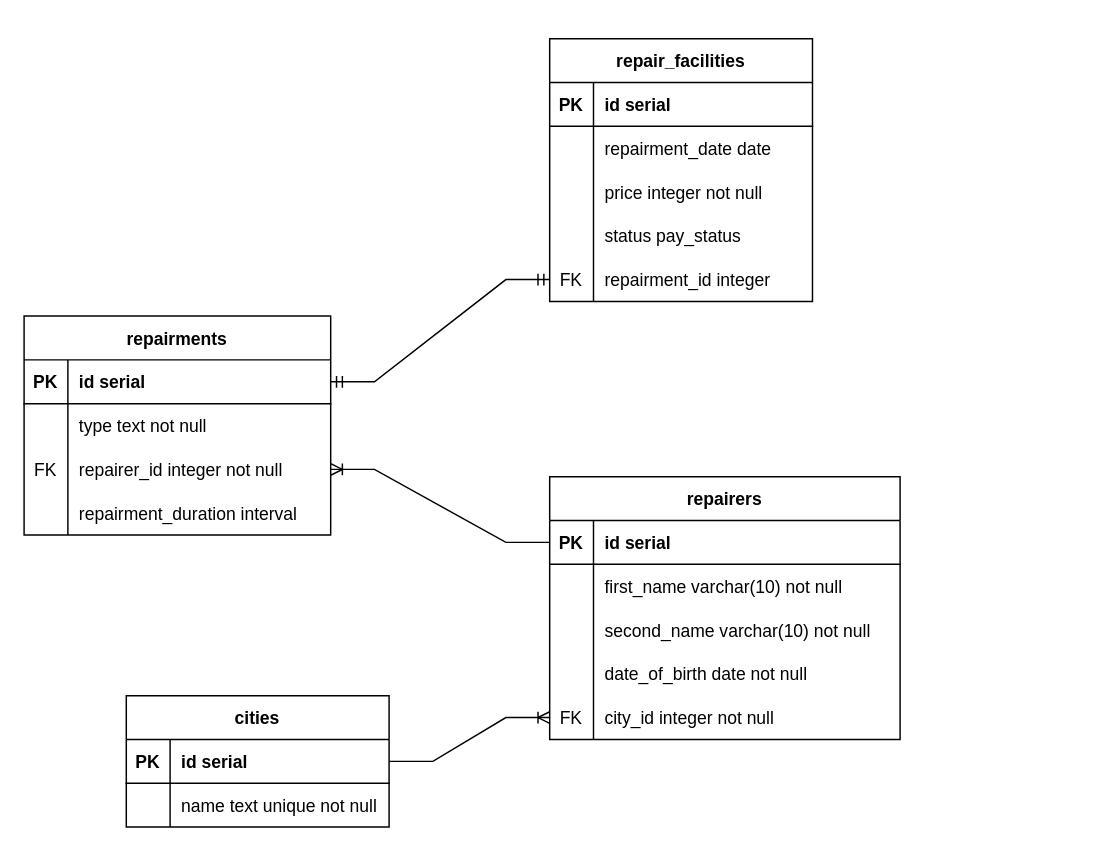
Earlier version of the draw.io diagram Lab1V8/lab1_v8.drawio (nerlihmax/NSTU_Programming). Source tidied: cells renumbered, new cells numbered last; positions are measured from the earlier drawing's top-left corner, leaving out a move shared by most shapes. Both pictures are drawn from the tidied source at 146%, with x=0, y=0 at pixel (23, 38).
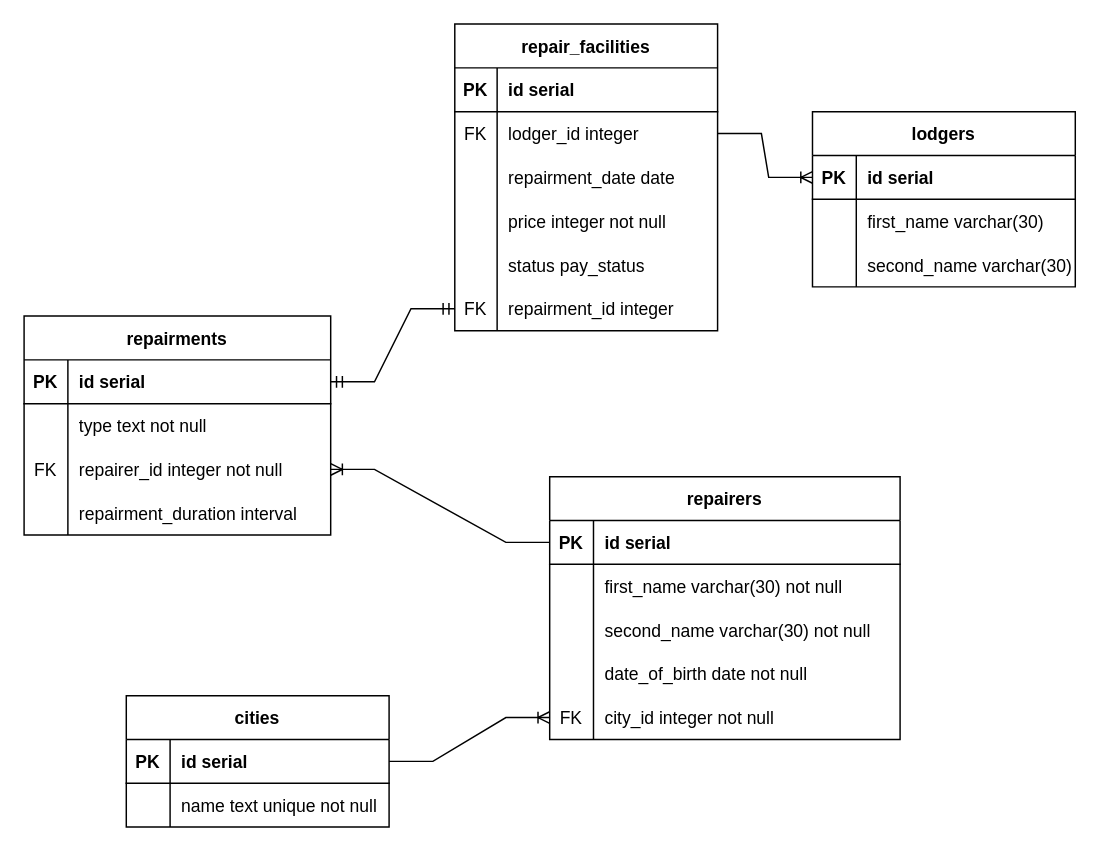
Above is the later version.

The change refers to these unchanged cells:
```xml
<mxCell id="3" style="shape=tableRow;horizontal=0;startSize=0;swimlaneHead=0;swimlaneBody=0;fillColor=none;top=0;left=0;right=0;bottom=1;" parent="2" vertex="1">
  <mxGeometry y="30" width="180" height="30" as="geometry" />
</mxCell>
<mxCell id="36" style="shape=tableRow;horizontal=0;startSize=0;swimlaneHead=0;swimlaneBody=0;fillColor=none;top=0;left=0;right=0;bottom=0;" parent="32" vertex="1">
  <mxGeometry y="60" width="240" height="30" as="geometry" />
</mxCell>
<mxCell id="39" style="shape=tableRow;horizontal=0;startSize=0;swimlaneHead=0;swimlaneBody=0;fillColor=none;top=0;left=0;right=0;bottom=0;" parent="32" vertex="1">
  <mxGeometry y="90" width="240" height="30" as="geometry" />
</mxCell>
```

Diff of the diagram source:
```diff
@@
     <mxCell id="2" value="repair_facilities" style="shape=table;startSize=30;childLayout=tableLayout;rowLines=0;fontStyle=1;align=center;" parent="1" vertex="1">
-      <mxGeometry x="360" width="180" height="180" as="geometry" />
+      <mxGeometry x="295" y="-10" width="180" height="210" as="geometry" />
     </mxCell>
@@
     <mxCell id="4" value="PK" style="shape=partialRectangle;fillColor=none;top=0;left=0;bottom=0;right=0;fontStyle=1;overflow=hidden;" parent="3" vertex="1">
-      <mxGeometry width="30" height="30" as="geometry" />
+      <mxGeometry width="29" height="30" as="geometry" />
     </mxCell>
     <mxCell id="5" value="id serial" style="shape=partialRectangle;fillColor=none;top=0;left=0;bottom=0;right=0;align=left;spacingLeft=6;fontStyle=1;overflow=hidden;" parent="3" vertex="1">
-      <mxGeometry x="30" width="150" height="30" as="geometry" />
+      <mxGeometry x="29" width="151" height="30" as="geometry" />
     </mxCell>
+    <mxCell id="57" style="shape=tableRow;horizontal=0;startSize=0;swimlaneHead=0;swimlaneBody=0;fillColor=none;points=[[0,0.5],[1,0.5]];portConstraint=eastwest;top=0;left=0;right=0;bottom=1;strokeColor=none;" parent="2" vertex="1">
+      <mxGeometry y="60" width="180" height="30" as="geometry" />
+    </mxCell>
+    <mxCell id="58" value="FK" style="shape=partialRectangle;fillColor=none;top=0;left=0;bottom=0;right=0;fontStyle=0;overflow=hidden;" parent="57" vertex="1">
+      <mxGeometry width="29" height="30" as="geometry" />
+    </mxCell>
+    <mxCell id="59" value="lodger_id integer" style="shape=partialRectangle;fillColor=none;top=0;left=0;bottom=0;right=0;align=left;spacingLeft=6;fontStyle=0;overflow=hidden;strokeColor=default;" parent="57" vertex="1">
+      <mxGeometry x="29" width="151" height="30" as="geometry" />
+    </mxCell>
-    <mxCell id="6" style="shape=tableRow;horizontal=0;startSize=0;swimlaneHead=0;swimlaneBody=0;fillColor=none;top=0;left=0;right=0;bottom=0;" parent="2" vertex="1">
-      <mxGeometry y="60" width="180" height="30" as="geometry" />
+    <mxCell id="6" style="shape=tableRow;horizontal=0;startSize=0;swimlaneHead=0;swimlaneBody=0;fillColor=none;top=0;left=0;right=0;bottom=0;strokeColor=default;" parent="2" vertex="1">
+      <mxGeometry y="90" width="180" height="30" as="geometry" />
     </mxCell>
-    <mxCell id="7" style="shape=partialRectangle;fillColor=none;top=0;left=0;bottom=0;right=0;overflow=hidden;" parent="6" vertex="1">
-      <mxGeometry width="30" height="30" as="geometry" />
+    <mxCell id="7" style="shape=partialRectangle;fillColor=none;top=0;left=0;bottom=0;right=0;overflow=hidden;strokeColor=default;" parent="6" vertex="1">
+      <mxGeometry width="29" height="30" as="geometry" />
     </mxCell>
-    <mxCell id="8" value="repairment_date date" style="shape=partialRectangle;fillColor=none;top=0;left=0;bottom=0;right=0;align=left;spacingLeft=6;overflow=hidden;" parent="6" vertex="1">
-      <mxGeometry x="30" width="150" height="30" as="geometry" />
+    <mxCell id="8" value="repairment_date date" style="shape=partialRectangle;fillColor=none;top=0;left=0;bottom=0;right=0;align=left;spacingLeft=6;overflow=hidden;strokeColor=default;" parent="6" vertex="1">
+      <mxGeometry x="29" width="151" height="30" as="geometry" />
     </mxCell>
-    <mxCell id="9" style="shape=tableRow;horizontal=0;startSize=0;swimlaneHead=0;swimlaneBody=0;fillColor=none;top=0;left=0;right=0;bottom=0;" parent="2" vertex="1">
-      <mxGeometry y="90" width="180" height="30" as="geometry" />
+    <mxCell id="9" style="shape=tableRow;horizontal=0;startSize=0;swimlaneHead=0;swimlaneBody=0;fillColor=none;top=0;left=0;right=0;bottom=0;strokeColor=default;perimeterSpacing=1;" parent="2" vertex="1">
+      <mxGeometry y="120" width="180" height="30" as="geometry" />
     </mxCell>
     <mxCell id="10" style="shape=partialRectangle;fillColor=none;top=0;left=0;bottom=0;right=0;overflow=hidden;" parent="9" vertex="1">
-      <mxGeometry width="30" height="30" as="geometry" />
+      <mxGeometry width="29" height="30" as="geometry" />
     </mxCell>
     <mxCell id="11" value="price integer not null" style="shape=partialRectangle;fillColor=none;top=0;left=0;bottom=0;right=0;align=left;spacingLeft=6;overflow=hidden;" parent="9" vertex="1">
-      <mxGeometry x="30" width="150" height="30" as="geometry" />
+      <mxGeometry x="29" width="151" height="30" as="geometry" />
     </mxCell>
     <mxCell id="12" style="shape=tableRow;horizontal=0;startSize=0;swimlaneHead=0;swimlaneBody=0;fillColor=none;top=0;left=0;right=0;bottom=0;" parent="2" vertex="1">
-      <mxGeometry y="120" width="180" height="30" as="geometry" />
+      <mxGeometry y="150" width="180" height="30" as="geometry" />
     </mxCell>
     <mxCell id="13" style="shape=partialRectangle;fillColor=none;top=0;left=0;bottom=0;right=0;overflow=hidden;" parent="12" vertex="1">
-      <mxGeometry width="30" height="30" as="geometry" />
+      <mxGeometry width="29" height="30" as="geometry" />
     </mxCell>
     <mxCell id="14" value="status pay_status" style="shape=partialRectangle;fillColor=none;top=0;left=0;bottom=0;right=0;align=left;spacingLeft=6;overflow=hidden;" parent="12" vertex="1">
-      <mxGeometry x="30" width="150" height="30" as="geometry" />
+      <mxGeometry x="29" width="151" height="30" as="geometry" />
     </mxCell>
     <mxCell id="15" style="shape=tableRow;horizontal=0;startSize=0;swimlaneHead=0;swimlaneBody=0;fillColor=none;points=[[0,0.5],[1,0.5]];portConstraint=eastwest;top=0;left=0;right=0;bottom=0;" parent="2" vertex="1">
-      <mxGeometry y="150" width="180" height="30" as="geometry" />
+      <mxGeometry y="180" width="180" height="30" as="geometry" />
     </mxCell>
     <mxCell id="16" value="FK" style="shape=partialRectangle;fillColor=none;top=0;left=0;bottom=0;right=0;overflow=hidden;" parent="15" vertex="1">
-      <mxGeometry width="30" height="30" as="geometry" />
+      <mxGeometry width="29" height="30" as="geometry" />
     </mxCell>
     <mxCell id="17" value="repairment_id integer" style="shape=partialRectangle;fillColor=none;top=0;left=0;bottom=0;right=0;align=left;spacingLeft=6;overflow=hidden;" parent="15" vertex="1">
-      <mxGeometry x="30" width="150" height="30" as="geometry" />
+      <mxGeometry x="29" width="151" height="30" as="geometry" />
     </mxCell>
@@
-    <mxCell id="38" value="first_name varchar(10) not null" style="shape=partialRectangle;fillColor=none;top=0;left=0;bottom=0;right=0;align=left;spacingLeft=6;overflow=hidden;" parent="36" vertex="1">
+    <mxCell id="38" value="first_name varchar(30) not null" style="shape=partialRectangle;fillColor=none;top=0;left=0;bottom=0;right=0;align=left;spacingLeft=6;overflow=hidden;" parent="36" vertex="1">
       <mxGeometry x="30" width="210" height="30" as="geometry" />
     </mxCell>
@@
-    <mxCell id="41" value="second_name varchar(10) not null" style="shape=partialRectangle;fillColor=none;top=0;left=0;bottom=0;right=0;align=left;spacingLeft=6;overflow=hidden;" parent="39" vertex="1">
+    <mxCell id="41" value="second_name varchar(30) not null" style="shape=partialRectangle;fillColor=none;top=0;left=0;bottom=0;right=0;align=left;spacingLeft=6;overflow=hidden;" parent="39" vertex="1">
       <mxGeometry x="30" width="210" height="30" as="geometry" />
     </mxCell>
@@
+    <mxCell id="60" value="lodgers" style="shape=table;startSize=30;childLayout=tableLayout;rowLines=0;fontStyle=1;align=center;strokeColor=default;" parent="1" vertex="1">
+      <mxGeometry x="540" y="50" width="180" height="120" as="geometry" />
+    </mxCell>
+    <mxCell id="61" style="shape=tableRow;horizontal=0;startSize=0;swimlaneHead=0;swimlaneBody=0;fillColor=none;points=[[0,0.5],[1,0.5]];portConstraint=eastwest;top=0;left=0;right=0;bottom=1;strokeColor=default;" parent="60" vertex="1">
+      <mxGeometry y="30" width="180" height="30" as="geometry" />
+    </mxCell>
+    <mxCell id="62" value="PK" style="shape=partialRectangle;fillColor=none;top=0;left=0;bottom=0;right=0;fontStyle=1;overflow=hidden;strokeColor=default;" parent="61" vertex="1">
+      <mxGeometry width="30" height="30" as="geometry" />
+    </mxCell>
+    <mxCell id="63" value="id serial" style="shape=partialRectangle;fillColor=none;top=0;left=0;bottom=0;right=0;align=left;spacingLeft=6;fontStyle=1;overflow=hidden;strokeColor=default;" parent="61" vertex="1">
+      <mxGeometry x="30" width="150" height="30" as="geometry" />
+    </mxCell>
+    <mxCell id="64" style="shape=tableRow;horizontal=0;startSize=0;swimlaneHead=0;swimlaneBody=0;fillColor=none;top=0;left=0;right=0;bottom=0;strokeColor=default;" parent="60" vertex="1">
+      <mxGeometry y="60" width="180" height="30" as="geometry" />
+    </mxCell>
+    <mxCell id="65" style="shape=partialRectangle;fillColor=none;top=0;left=0;bottom=0;right=0;overflow=hidden;strokeColor=default;" parent="64" vertex="1">
+      <mxGeometry width="30" height="30" as="geometry" />
+    </mxCell>
+    <mxCell id="66" value="first_name varchar(30)" style="shape=partialRectangle;fillColor=none;top=0;left=0;bottom=0;right=0;align=left;spacingLeft=6;overflow=hidden;strokeColor=default;" parent="64" vertex="1">
+      <mxGeometry x="30" width="150" height="30" as="geometry" />
+    </mxCell>
+    <mxCell id="67" style="shape=tableRow;horizontal=0;startSize=0;swimlaneHead=0;swimlaneBody=0;fillColor=none;top=0;left=0;right=0;bottom=0;strokeColor=default;" parent="60" vertex="1">
+      <mxGeometry y="90" width="180" height="30" as="geometry" />
+    </mxCell>
+    <mxCell id="68" style="shape=partialRectangle;fillColor=none;top=0;left=0;bottom=0;right=0;overflow=hidden;strokeColor=default;" parent="67" vertex="1">
+      <mxGeometry width="30" height="30" as="geometry" />
+    </mxCell>
+    <mxCell id="69" value="second_name varchar(30)" style="shape=partialRectangle;fillColor=none;top=0;left=0;bottom=0;right=0;align=left;spacingLeft=6;overflow=hidden;strokeColor=default;" parent="67" vertex="1">
+      <mxGeometry x="30" width="150" height="30" as="geometry" />
+    </mxCell>
+    <mxCell id="70" style="edgeStyle=entityRelationEdgeStyle;fontSize=12;html=1;endArrow=ERoneToMany;rounded=0;entryX=0;entryY=0.5;entryDx=0;entryDy=0;exitX=1;exitY=0.5;exitDx=0;exitDy=0;" parent="1" edge="1" source="57" target="61">
+      <mxGeometry relative="1" as="geometry" />
+    </mxCell>
```
